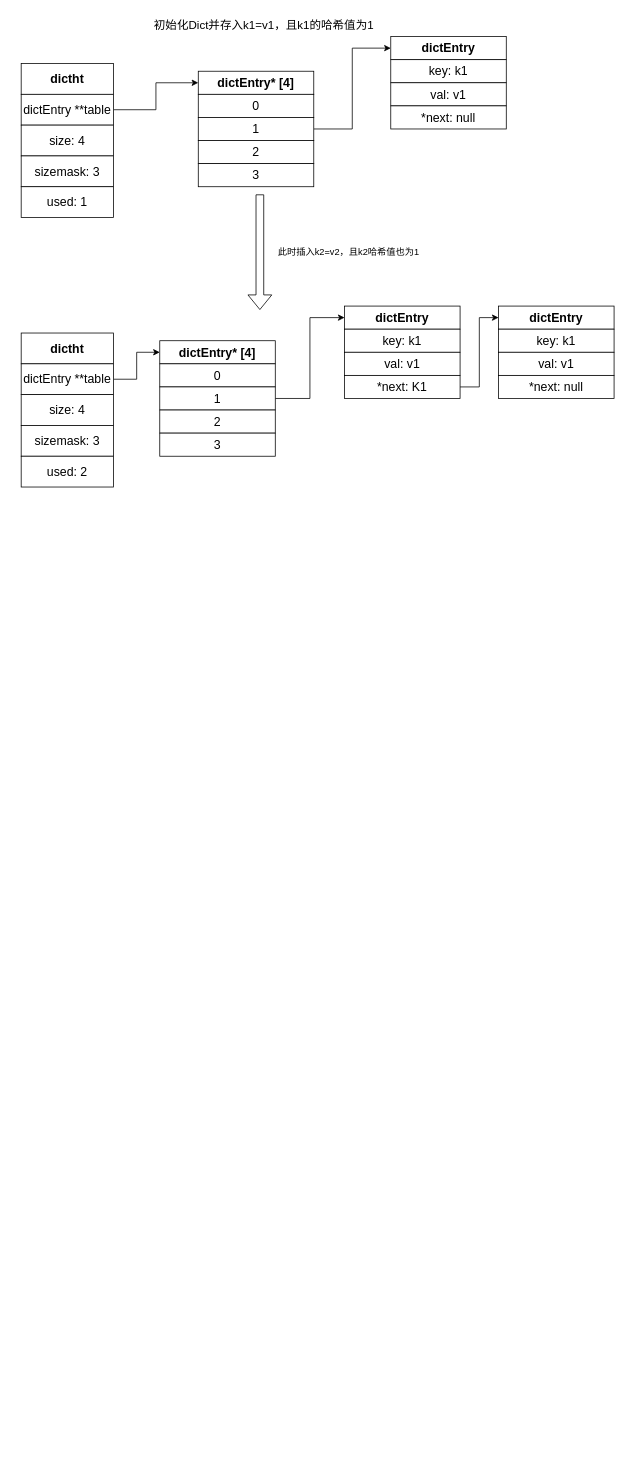
XuYi-fei/draw.io.sync keeps this draw.io diagram as Redis-Dict.drawio. Above is the earlier version. Source tidied: cells renumbered, new cells numbered last; positions are measured from the earlier drawing's top-left corner, leaving out a move shared by most shapes. Both pictures are drawn from the tidied source at 77%, with x=0, y=0 at pixel (21, 13).
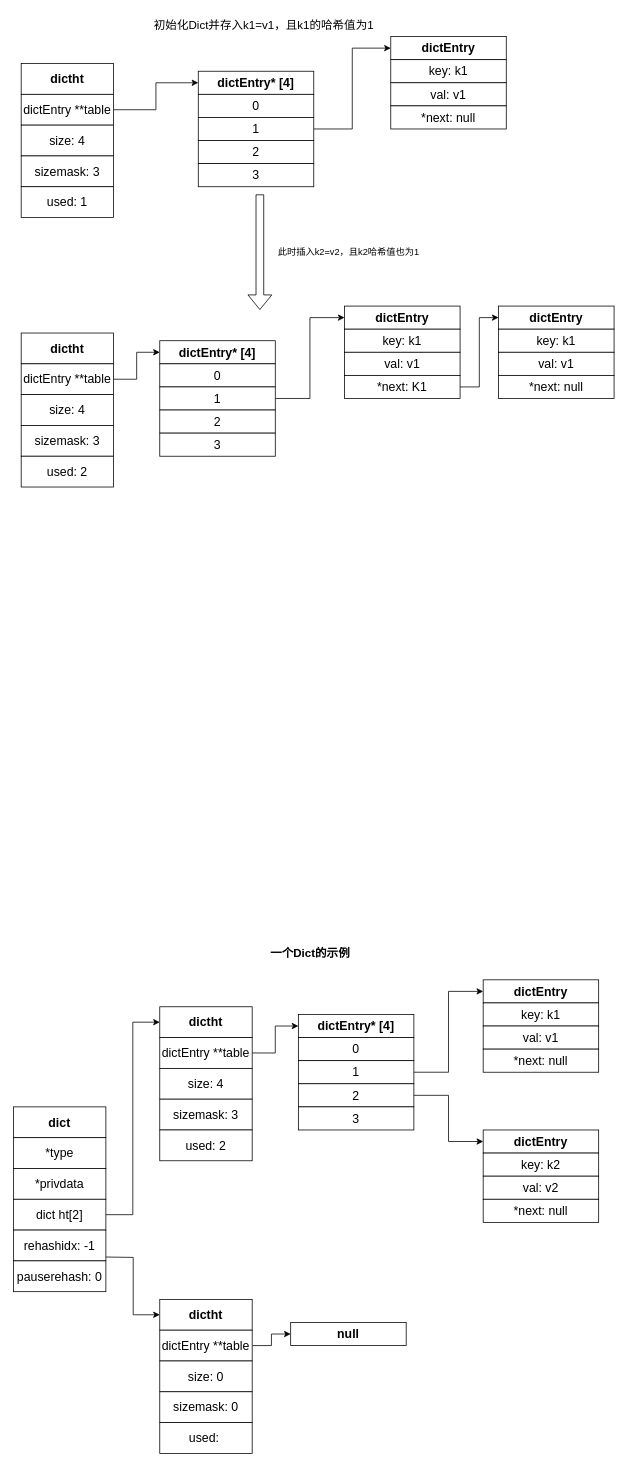
After the change.

The edit, as a diff of the source:
```diff
@@
+    <mxCell id="42" value="dictht" style="rounded=0;whiteSpace=wrap;html=1;fontSize=16;fontStyle=1;" parent="1" vertex="1">
+      <mxGeometry x="180" y="1290" width="120" height="40" as="geometry" />
+    </mxCell>
+    <mxCell id="43" style="edgeStyle=orthogonalEdgeStyle;rounded=0;jettySize=auto;html=1;entryX=0;entryY=0.5;entryDx=0;entryDy=0;" parent="1" edge="1" source="44" target="48">
+      <mxGeometry relative="1" as="geometry" />
+    </mxCell>
+    <mxCell id="44" value="dictEntry **table" style="rounded=0;whiteSpace=wrap;html=1;fontSize=16;fontStyle=0;" parent="1" vertex="1">
+      <mxGeometry x="180" y="1330" width="120" height="40" as="geometry" />
+    </mxCell>
+    <mxCell id="45" value="size: 4" style="rounded=0;whiteSpace=wrap;html=1;fontSize=16;fontStyle=0;" parent="1" vertex="1">
+      <mxGeometry x="180" y="1370" width="120" height="40" as="geometry" />
+    </mxCell>
+    <mxCell id="46" value="sizemask: 3" style="rounded=0;whiteSpace=wrap;html=1;fontSize=16;fontStyle=0;" parent="1" vertex="1">
+      <mxGeometry x="180" y="1410" width="120" height="40" as="geometry" />
+    </mxCell>
+    <mxCell id="47" value="used: 2" style="rounded=0;whiteSpace=wrap;html=1;fontSize=16;fontStyle=0;" parent="1" vertex="1">
+      <mxGeometry x="180" y="1450" width="120" height="40" as="geometry" />
+    </mxCell>
+    <mxCell id="48" value="dictEntry* [4]" style="rounded=0;whiteSpace=wrap;html=1;fontSize=16;fontStyle=1;" parent="1" vertex="1">
+      <mxGeometry x="360" y="1300" width="150" height="30" as="geometry" />
+    </mxCell>
+    <mxCell id="49" value="0" style="rounded=0;whiteSpace=wrap;html=1;fontSize=16;fontStyle=0;" parent="1" vertex="1">
+      <mxGeometry x="360" y="1330" width="150" height="30" as="geometry" />
+    </mxCell>
+    <mxCell id="50" style="edgeStyle=orthogonalEdgeStyle;rounded=0;jettySize=auto;html=1;exitX=1;exitY=0.5;exitDx=0;exitDy=0;entryX=0;entryY=0.5;entryDx=0;entryDy=0;" parent="1" edge="1" source="51" target="54">
+      <mxGeometry relative="1" as="geometry" />
+    </mxCell>
+    <mxCell id="51" value="1" style="rounded=0;whiteSpace=wrap;html=1;fontSize=16;fontStyle=0;" parent="1" vertex="1">
+      <mxGeometry x="360" y="1360" width="150" height="30" as="geometry" />
+    </mxCell>
+    <mxCell id="52" value="2" style="rounded=0;whiteSpace=wrap;html=1;fontSize=16;fontStyle=0;" parent="1" vertex="1">
+      <mxGeometry x="360" y="1390" width="150" height="30" as="geometry" />
+    </mxCell>
+    <mxCell id="53" value="3" style="rounded=0;whiteSpace=wrap;html=1;fontSize=16;fontStyle=0;" parent="1" vertex="1">
+      <mxGeometry x="360" y="1420" width="150" height="30" as="geometry" />
+    </mxCell>
+    <mxCell id="54" value="dictEntry" style="rounded=0;whiteSpace=wrap;html=1;fontSize=16;fontStyle=1;" parent="1" vertex="1">
+      <mxGeometry x="600" y="1255" width="150" height="30" as="geometry" />
+    </mxCell>
+    <mxCell id="55" value="key: k1" style="rounded=0;whiteSpace=wrap;html=1;fontSize=16;fontStyle=0;" parent="1" vertex="1">
+      <mxGeometry x="600" y="1285" width="150" height="30" as="geometry" />
+    </mxCell>
+    <mxCell id="56" value="val: v1" style="rounded=0;whiteSpace=wrap;html=1;fontSize=16;fontStyle=0;" parent="1" vertex="1">
+      <mxGeometry x="600" y="1315" width="150" height="30" as="geometry" />
+    </mxCell>
+    <mxCell id="57" style="edgeStyle=orthogonalEdgeStyle;rounded=0;jettySize=auto;html=1;exitX=1;exitY=0.5;exitDx=0;exitDy=0;entryX=0;entryY=0.5;entryDx=0;entryDy=0;" parent="1" edge="1" source="52" target="59">
+      <mxGeometry relative="1" as="geometry" />
+    </mxCell>
+    <mxCell id="58" value="*next: null" style="rounded=0;whiteSpace=wrap;html=1;fontSize=16;fontStyle=0;" parent="1" vertex="1">
+      <mxGeometry x="600" y="1345" width="150" height="30" as="geometry" />
+    </mxCell>
+    <mxCell id="59" value="dictEntry" style="rounded=0;whiteSpace=wrap;html=1;fontSize=16;fontStyle=1;" parent="1" vertex="1">
+      <mxGeometry x="600" y="1450" width="150" height="30" as="geometry" />
+    </mxCell>
+    <mxCell id="60" value="key: k2" style="rounded=0;whiteSpace=wrap;html=1;fontSize=16;fontStyle=0;" parent="1" vertex="1">
+      <mxGeometry x="600" y="1480" width="150" height="30" as="geometry" />
+    </mxCell>
+    <mxCell id="61" value="val: v2" style="rounded=0;whiteSpace=wrap;html=1;fontSize=16;fontStyle=0;" parent="1" vertex="1">
+      <mxGeometry x="600" y="1510" width="150" height="30" as="geometry" />
+    </mxCell>
+    <mxCell id="62" value="*next: null" style="rounded=0;whiteSpace=wrap;html=1;fontSize=16;fontStyle=0;" parent="1" vertex="1">
+      <mxGeometry x="600" y="1540" width="150" height="30" as="geometry" />
+    </mxCell>
+    <mxCell id="63" value="dict" style="rounded=0;whiteSpace=wrap;html=1;fontSize=16;fontStyle=1;" parent="1" vertex="1">
+      <mxGeometry x="-10" y="1420" width="120" height="40" as="geometry" />
+    </mxCell>
+    <mxCell id="64" value="*type" style="rounded=0;whiteSpace=wrap;html=1;fontSize=16;fontStyle=0;" parent="1" vertex="1">
+      <mxGeometry x="-10" y="1460" width="120" height="40" as="geometry" />
+    </mxCell>
+    <mxCell id="65" value="*privdata" style="rounded=0;whiteSpace=wrap;html=1;fontSize=16;fontStyle=0;" parent="1" vertex="1">
+      <mxGeometry x="-10" y="1500" width="120" height="40" as="geometry" />
+    </mxCell>
+    <mxCell id="66" style="edgeStyle=orthogonalEdgeStyle;rounded=0;jettySize=auto;html=1;exitX=1;exitY=0.5;exitDx=0;exitDy=0;entryX=0;entryY=0.5;entryDx=0;entryDy=0;" parent="1" edge="1" source="68" target="42">
+      <mxGeometry relative="1" as="geometry" />
+    </mxCell>
+    <mxCell id="67" style="edgeStyle=orthogonalEdgeStyle;rounded=0;jettySize=auto;html=1;exitX=1;exitY=0.5;exitDx=0;exitDy=0;entryX=0;entryY=0.5;entryDx=0;entryDy=0;" parent="1" edge="1" target="71">
+      <mxGeometry relative="1" as="geometry">
+        <mxPoint x="110" y="1615" as="sourcePoint" />
+      </mxGeometry>
+    </mxCell>
+    <mxCell id="68" value="dict ht[2]" style="rounded=0;whiteSpace=wrap;html=1;fontSize=16;fontStyle=0;" parent="1" vertex="1">
+      <mxGeometry x="-10" y="1540" width="120" height="40" as="geometry" />
+    </mxCell>
+    <mxCell id="69" value="rehashidx: -1" style="rounded=0;whiteSpace=wrap;html=1;fontSize=16;fontStyle=0;" parent="1" vertex="1">
+      <mxGeometry x="-10" y="1580" width="120" height="40" as="geometry" />
+    </mxCell>
+    <mxCell id="70" value="pauserehash: 0" style="rounded=0;whiteSpace=wrap;html=1;fontSize=16;fontStyle=0;" parent="1" vertex="1">
+      <mxGeometry x="-10" y="1620" width="120" height="40" as="geometry" />
+    </mxCell>
+    <mxCell id="71" value="dictht" style="rounded=0;whiteSpace=wrap;html=1;fontSize=16;fontStyle=1;" parent="1" vertex="1">
+      <mxGeometry x="180" y="1670" width="120" height="40" as="geometry" />
+    </mxCell>
+    <mxCell id="72" style="edgeStyle=orthogonalEdgeStyle;rounded=0;jettySize=auto;html=1;exitX=1;exitY=0.5;exitDx=0;exitDy=0;entryX=0;entryY=0.5;entryDx=0;entryDy=0;" parent="1" edge="1" source="73" target="77">
+      <mxGeometry relative="1" as="geometry" />
+    </mxCell>
+    <mxCell id="73" value="dictEntry **table" style="rounded=0;whiteSpace=wrap;html=1;fontSize=16;fontStyle=0;" parent="1" vertex="1">
+      <mxGeometry x="180" y="1710" width="120" height="40" as="geometry" />
+    </mxCell>
+    <mxCell id="74" value="size: 0" style="rounded=0;whiteSpace=wrap;html=1;fontSize=16;fontStyle=0;" parent="1" vertex="1">
+      <mxGeometry x="180" y="1750" width="120" height="40" as="geometry" />
+    </mxCell>
+    <mxCell id="75" value="sizemask: 0" style="rounded=0;whiteSpace=wrap;html=1;fontSize=16;fontStyle=0;" parent="1" vertex="1">
+      <mxGeometry x="180" y="1790" width="120" height="40" as="geometry" />
+    </mxCell>
+    <mxCell id="76" value="used:&amp;nbsp;" style="rounded=0;whiteSpace=wrap;html=1;fontSize=16;fontStyle=0;" parent="1" vertex="1">
+      <mxGeometry x="180" y="1830" width="120" height="40" as="geometry" />
+    </mxCell>
+    <mxCell id="77" value="null" style="rounded=0;whiteSpace=wrap;html=1;fontSize=16;fontStyle=1;" parent="1" vertex="1">
+      <mxGeometry x="350" y="1700" width="150" height="30" as="geometry" />
+    </mxCell>
+    <mxCell id="78" value="一个Dict的示例" style="text;html=1;align=center;verticalAlign=middle;strokeColor=none;fillColor=none;fontSize=15;fontStyle=1;" parent="1" vertex="1">
+      <mxGeometry x="315" y="1205" width="120" height="30" as="geometry" />
+    </mxCell>
```
